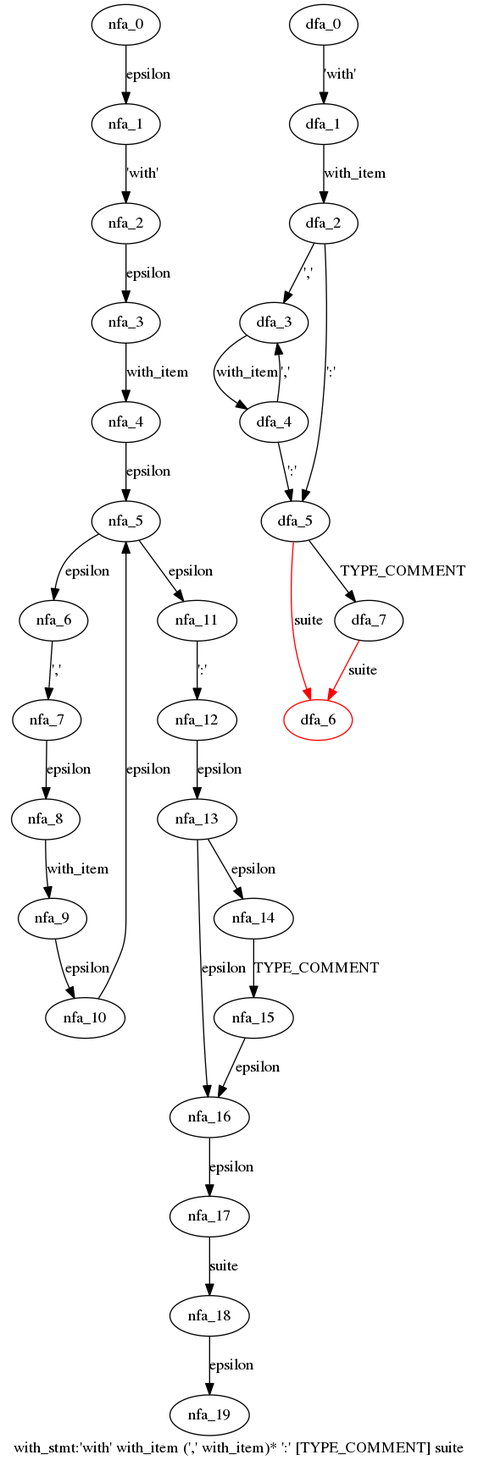
Above: cpython/grammar/handwrite/nfa_dfas/45.with_stmt.dot.png in WinChua/blog (Graphviz), before the change. Its source is kept beside it as cpython/grammar/handwrite/nfa_dfas/45.with_stmt.dot.
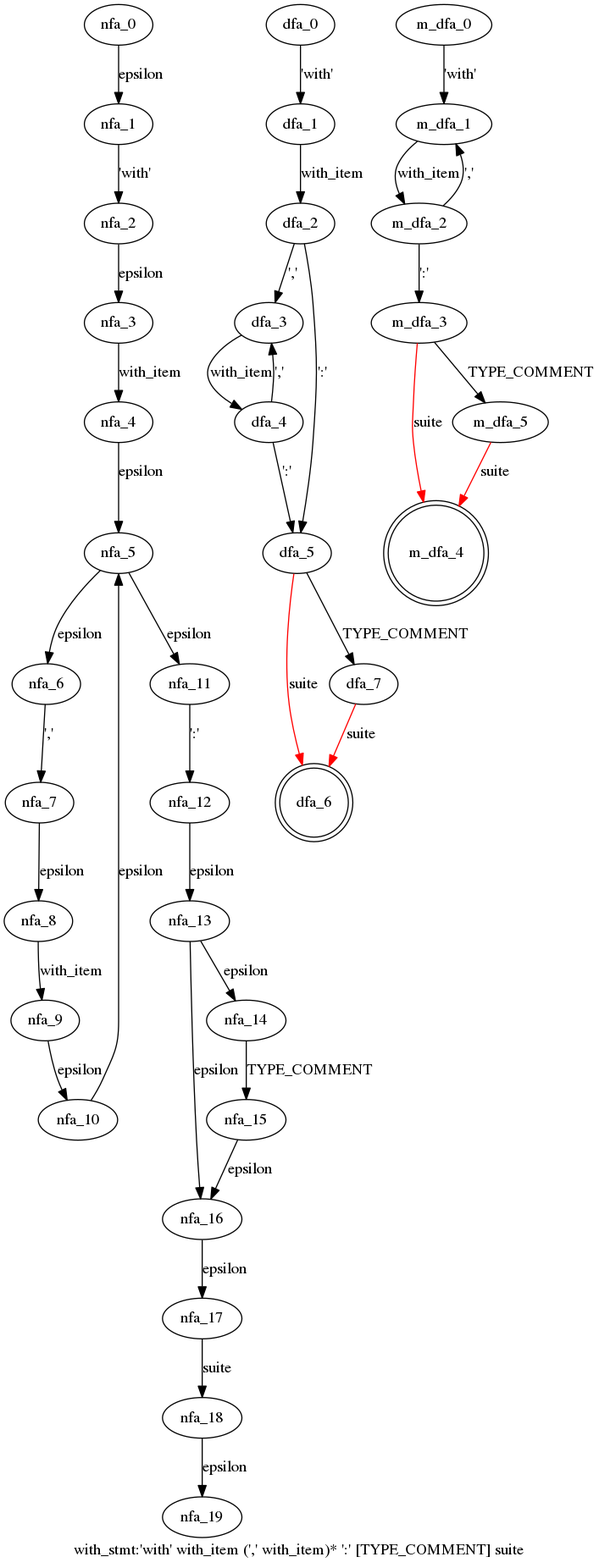
The same diagram one commit later.

The edit, as a diff of the source:
```diff
@@ -28,12 +28,22 @@
   dfa_1->dfa_2[label="with_item"]
   dfa_2->dfa_3[label="','"]
   dfa_3->dfa_4[label="with_item"]
-  dfa_4->dfa_3[label="','"]
   dfa_4->dfa_5[label="':'"]
   dfa_5->dfa_6[label="suite",color=red]
   dfa_5->dfa_7[label="TYPE_COMMENT"]
   dfa_7->dfa_6[label="suite",color=red]
+  dfa_4->dfa_3[label="','"]
   dfa_2->dfa_5[label="':'"]
-  dfa_6[color=red]
+  dfa_6[shape=doublecircle]
+  }
+ subgraph with_stmt_m_dfa {
+  m_dfa_0->m_dfa_1[label="'with'"]
+  m_dfa_1->m_dfa_2[label="with_item"]
+  m_dfa_2->m_dfa_1[label="','"]
+  m_dfa_2->m_dfa_3[label="':'"]
+  m_dfa_3->m_dfa_4[label="suite",color=red]
+  m_dfa_3->m_dfa_5[label="TYPE_COMMENT"]
+  m_dfa_5->m_dfa_4[label="suite",color=red]
+  m_dfa_4[shape=doublecircle]
   }
 }
```
